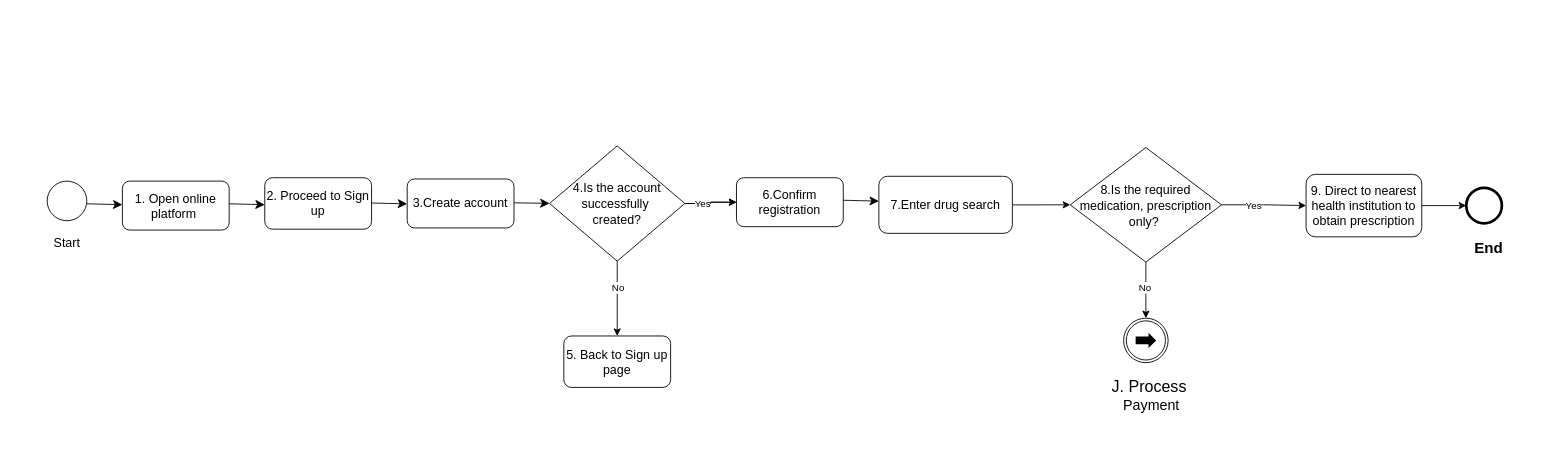
Before: page "a-self-registration" (2 of 13) of BPMN_Diagrams/ePrescription DAK Diagrams.drawio in Nigeria-FHIR-Community/2025Connectathon, a draw.io diagram. Source tidied: cells renumbered, new cells numbered last; positions are measured from the earlier drawing's top-left corner, leaving out a move shared by most shapes. Both pictures are drawn from the tidied source at 89%, with x=0, y=0 at pixel (40, 145).
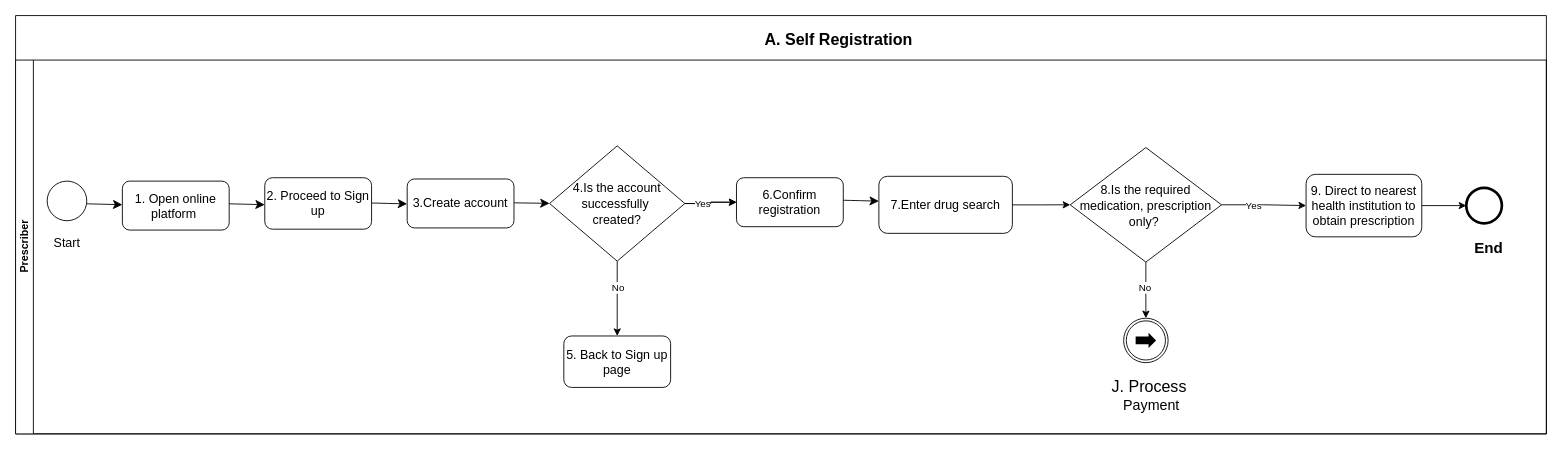
The same page after the edit.

Change to the diagram source:
```diff
@@
+    <mxCell id="33" style="swimlane;html=1;horizontal=1;startSize=0;whiteSpace=wrap;" parent="1" vertex="1">
+      <mxGeometry x="-28" y="-146" width="1720" height="470" as="geometry" />
+    </mxCell>
+    <mxCell id="34" value="Prescriber" style="swimlane;html=1;startSize=20;horizontal=0;" parent="1" vertex="1">
+      <mxGeometry x="-28" y="-96" width="1720" height="420" as="geometry" />
+    </mxCell>
+    <mxCell id="35" value="&lt;b&gt;&lt;font style=&quot;font-size: 18px;&quot;&gt;A. Self Registration&lt;/font&gt;&lt;/b&gt;&lt;div&gt;&lt;b&gt;&lt;font style=&quot;font-size: 18px;&quot;&gt;&lt;br&gt;&lt;/font&gt;&lt;/b&gt;&lt;/div&gt;" style="text;whiteSpace=wrap;html=1;" parent="1" vertex="1">
+      <mxGeometry x="812" y="-136" width="170" height="40" as="geometry" />
+    </mxCell>
```
